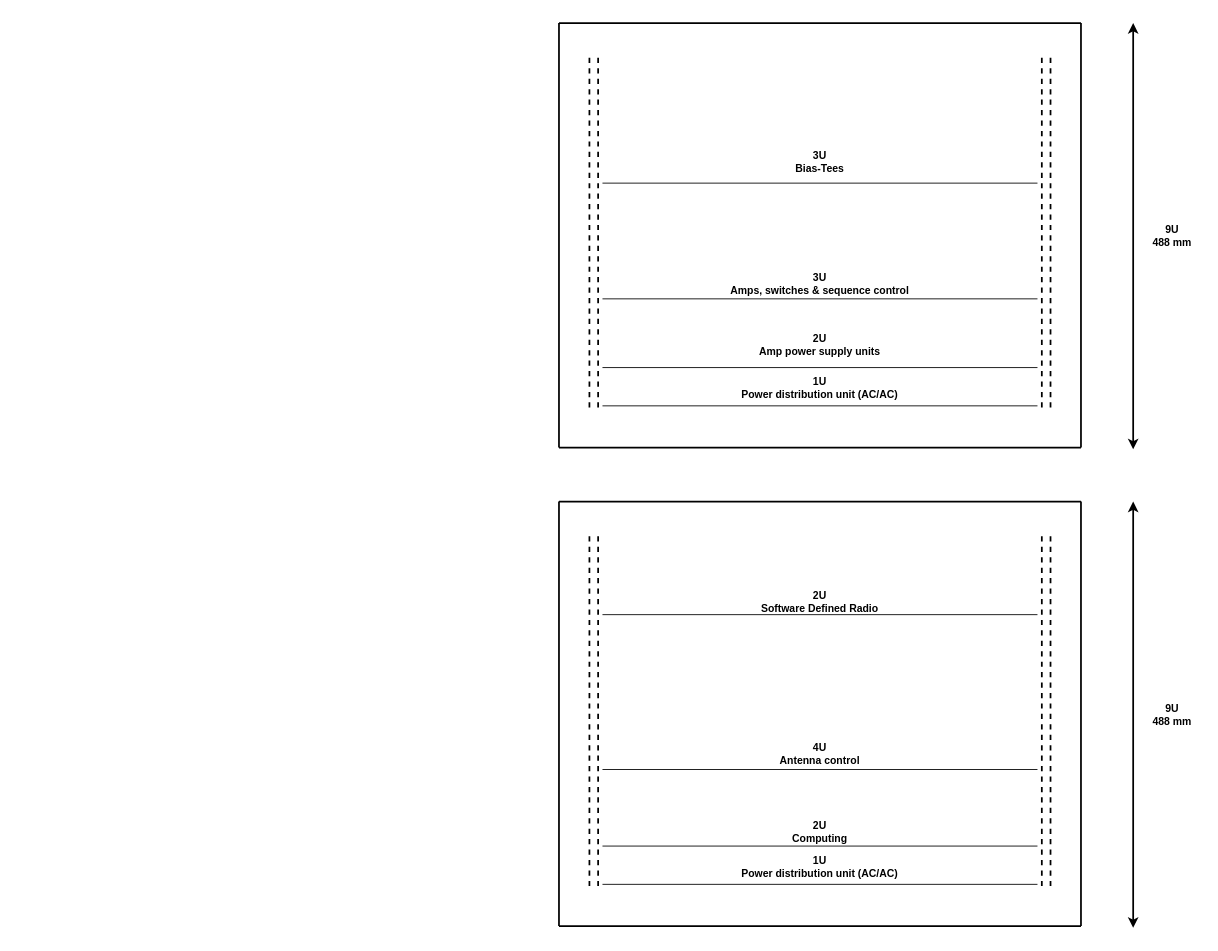
Above: design-diagrams/19-inch_front.drawio in melfvelin/kirunags (draw.io), before the change. Source tidied: cells renumbered, new cells numbered last; positions are measured from the earlier drawing's top-left corner, leaving out a move shared by most shapes. Both pictures are drawn from the tidied source at 87%, with x=0, y=0 at pixel (559, 23).
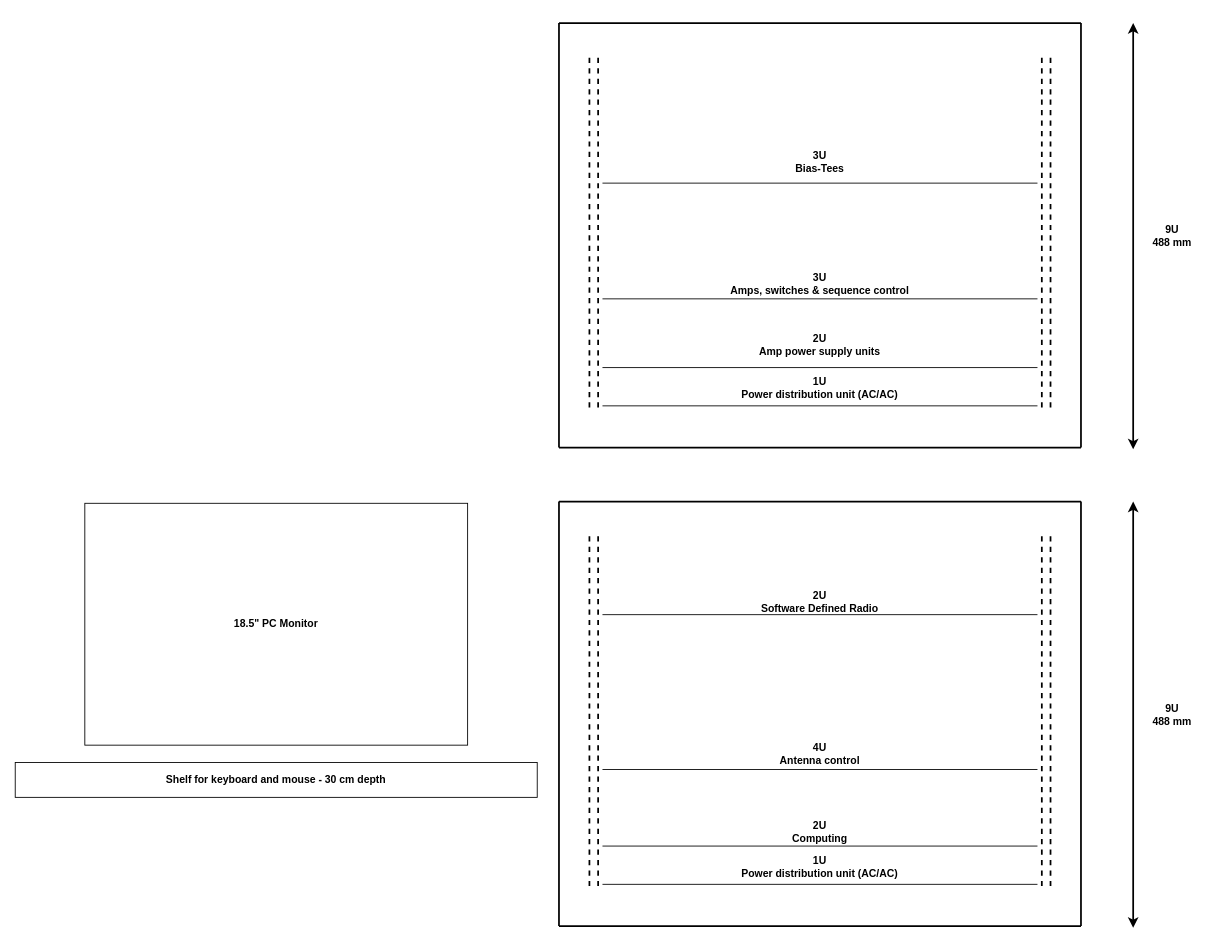
After the change.

The edit, as a diff of the source:
```diff
@@
+    <mxCell id="38" value="&lt;div&gt;18.5&quot; PC Monitor&lt;/div&gt;" style="rounded=0;whiteSpace=wrap;html=1;fontStyle=1;" parent="1" vertex="1">
+      <mxGeometry x="-545" y="552" width="440" height="278" as="geometry" />
+    </mxCell>
+    <mxCell id="39" value="&lt;div&gt;Shelf for keyboard and mouse - 30 cm depth&lt;/div&gt;" style="rounded=0;whiteSpace=wrap;html=1;fontStyle=1;" parent="1" vertex="1">
+      <mxGeometry x="-625" y="850" width="600" height="40" as="geometry" />
+    </mxCell>
```
